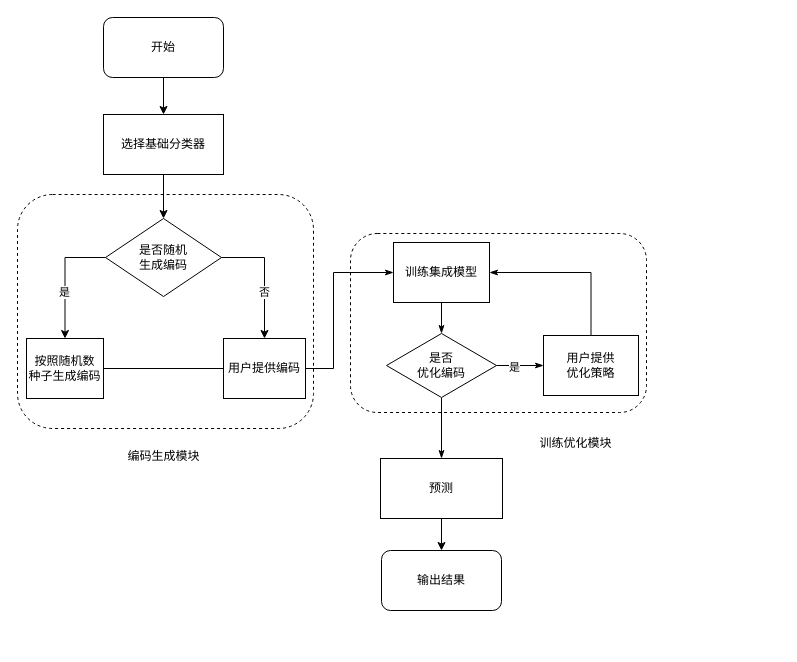
This is page "第 5 页" (5 of 6) of Untitled Diagram.drawio from htliang25/picture, a draw.io file, before an edit. Source tidied: cells renumbered, new cells numbered last; positions are measured from the earlier drawing's top-left corner, leaving out a move shared by most shapes. Both pictures are drawn from the tidied source at 100%, with x=0, y=0 at pixel (17, 17).
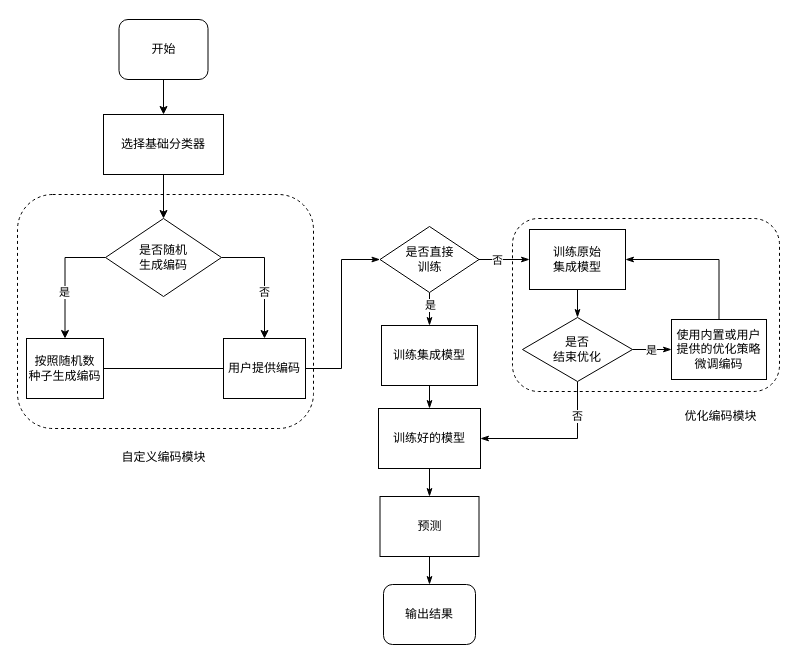
Above is the later version.

Unchanged cells that the change refers to:
```xml
<mxCell id="14" value="按照随机数&lt;br&gt;种子生成编码" style="rounded=0;whiteSpace=wrap;html=1;" parent="1" vertex="1">
  <mxGeometry x="9" y="321" width="77" height="60" as="geometry" />
</mxCell>
```

The edit, as a diff of the source:
```diff
@@
     <mxCell id="2" style="rounded=1;whiteSpace=wrap;html=1;fillColor=none;dashed=1;" parent="1" vertex="1">
-      <mxGeometry x="333" y="216" width="296" height="179" as="geometry" />
+      <mxGeometry x="495" y="201" width="267" height="173" as="geometry" />
     </mxCell>
@@
     <mxCell id="5" value="开始" style="rounded=1;whiteSpace=wrap;html=1;" parent="1" vertex="1">
-      <mxGeometry x="86" width="120" height="60" as="geometry" />
+      <mxGeometry x="101.5" y="2" width="89" height="60" as="geometry" />
     </mxCell>
@@
-    <mxCell id="13" style="edgeStyle=orthogonalEdgeStyle;rounded=0;jettySize=auto;html=1;exitX=1;exitY=0.5;exitDx=0;exitDy=0;entryX=0;entryY=0.5;entryDx=0;entryDy=0;endArrow=classicThin;endFill=1;" parent="1" edge="1" source="14" target="17">
-      <mxGeometry relative="1" as="geometry">
-        <Array as="points">
-          <mxPoint x="316" y="351" />
-          <mxPoint x="316" y="255" />
-        </Array>
-      </mxGeometry>
-    </mxCell>
+    <mxCell id="29" style="edgeStyle=orthogonalEdgeStyle;rounded=0;jettySize=auto;html=1;exitX=1;exitY=0.5;exitDx=0;exitDy=0;entryX=0;entryY=0.5;entryDx=0;entryDy=0;endArrow=classicThin;endFill=1;" parent="1" edge="1" source="14" target="43">
+      <mxGeometry relative="1" as="geometry">
+        <Array as="points">
+          <mxPoint x="324" y="351" />
+          <mxPoint x="324" y="242" />
+        </Array>
+      </mxGeometry>
+    </mxCell>
@@
-    <mxCell id="16" style="edgeStyle=orthogonalEdgeStyle;rounded=0;jettySize=auto;html=1;exitX=0.5;exitY=1;exitDx=0;exitDy=0;entryX=0.5;entryY=0;entryDx=0;entryDy=0;endArrow=classicThin;endFill=1;" parent="1" edge="1" source="17" target="24">
-      <mxGeometry relative="1" as="geometry" />
-    </mxCell>
+    <mxCell id="30" style="edgeStyle=orthogonalEdgeStyle;rounded=0;jettySize=auto;html=1;exitX=0.5;exitY=1;exitDx=0;exitDy=0;entryX=0.5;entryY=0;entryDx=0;entryDy=0;endArrow=classicThin;endFill=1;" parent="1" edge="1" source="17" target="36">
+      <mxGeometry relative="1" as="geometry" />
+    </mxCell>
     <mxCell id="17" value="训练集成模型" style="rounded=0;whiteSpace=wrap;html=1;" parent="1" vertex="1">
-      <mxGeometry x="376" y="225" width="96" height="60" as="geometry" />
+      <mxGeometry x="364" y="308" width="96" height="60" as="geometry" />
     </mxCell>
-    <mxCell id="18" style="edgeStyle=orthogonalEdgeStyle;rounded=0;jettySize=auto;html=1;exitX=0.5;exitY=1;exitDx=0;exitDy=0;" parent="1" edge="1" source="19" target="20">
+    <mxCell id="18" style="edgeStyle=orthogonalEdgeStyle;rounded=0;jettySize=auto;html=1;exitX=0.5;exitY=1;exitDx=0;exitDy=0;entryX=0.5;entryY=0;entryDx=0;entryDy=0;endArrow=classicThin;endFill=1;" parent="1" edge="1" source="19" target="20">
       <mxGeometry relative="1" as="geometry" />
     </mxCell>
     <mxCell id="19" value="预测" style="rounded=0;whiteSpace=wrap;html=1;" parent="1" vertex="1">
-      <mxGeometry x="363" y="441" width="122" height="60" as="geometry" />
+      <mxGeometry x="362.5" y="479" width="99" height="60" as="geometry" />
     </mxCell>
     <mxCell id="20" value="输出结果" style="rounded=1;whiteSpace=wrap;html=1;" parent="1" vertex="1">
-      <mxGeometry x="364" y="533" width="120" height="60" as="geometry" />
+      <mxGeometry x="366" y="567" width="92" height="60" as="geometry" />
     </mxCell>
+    <mxCell id="31" style="edgeStyle=orthogonalEdgeStyle;rounded=0;jettySize=auto;html=1;exitX=0.5;exitY=1;exitDx=0;exitDy=0;entryX=1;entryY=0.5;entryDx=0;entryDy=0;endArrow=classicThin;endFill=1;" parent="1" edge="1" source="24" target="36">
+      <mxGeometry relative="1" as="geometry" />
+    </mxCell>
+    <mxCell id="32" value="否" style="edgeLabel;html=1;align=center;verticalAlign=middle;" parent="31" vertex="1">
+      <mxGeometry x="-0.37" y="-1" relative="1" as="geometry">
+        <mxPoint y="-15" as="offset" />
+      </mxGeometry>
+    </mxCell>
-    <mxCell id="21" style="edgeStyle=orthogonalEdgeStyle;rounded=0;jettySize=auto;html=1;exitX=1;exitY=0.5;exitDx=0;exitDy=0;endArrow=classicThin;endFill=1;" parent="1" edge="1" source="24" target="27">
-      <mxGeometry relative="1" as="geometry">
-        <Array as="points">
-          <mxPoint x="498" y="348" />
-          <mxPoint x="498" y="348" />
-        </Array>
-      </mxGeometry>
+    <mxCell id="21" style="edgeStyle=orthogonalEdgeStyle;rounded=0;jettySize=auto;html=1;exitX=1;exitY=0.5;exitDx=0;exitDy=0;entryX=0;entryY=0.5;entryDx=0;entryDy=0;endArrow=classicThin;endFill=1;" parent="1" edge="1" source="24" target="27">
+      <mxGeometry relative="1" as="geometry" />
     </mxCell>
-    <mxCell id="22" value="是" style="edgeLabel;html=1;align=center;verticalAlign=middle;" parent="21" vertex="1">
-      <mxGeometry x="-0.28" y="-1" relative="1" as="geometry" />
-    </mxCell>
-    <mxCell id="23" style="edgeStyle=orthogonalEdgeStyle;rounded=0;jettySize=auto;html=1;exitX=0.5;exitY=1;exitDx=0;exitDy=0;entryX=0.5;entryY=0;entryDx=0;entryDy=0;endArrow=classicThin;endFill=1;" parent="1" edge="1" source="24" target="19">
-      <mxGeometry relative="1" as="geometry" />
-    </mxCell>
+    <mxCell id="33" value="是" style="edgeLabel;html=1;align=center;verticalAlign=middle;" parent="21" vertex="1">
+      <mxGeometry x="0.21" relative="1" as="geometry">
+        <mxPoint x="-6" as="offset" />
+      </mxGeometry>
+    </mxCell>
-    <mxCell id="24" value="是否&lt;br&gt;优化编码" style="rhombus;whiteSpace=wrap;html=1;" parent="1" vertex="1">
-      <mxGeometry x="369" y="316" width="110" height="64" as="geometry" />
+    <mxCell id="24" value="是否&lt;br&gt;结束优化" style="rhombus;whiteSpace=wrap;html=1;" parent="1" vertex="1">
+      <mxGeometry x="505" y="300" width="110" height="64" as="geometry" />
     </mxCell>
-    <mxCell id="25" value="编码生成模块" style="text;html=1;strokeColor=none;fillColor=none;align=center;verticalAlign=middle;whiteSpace=wrap;rounded=0;dashed=1;labelBackgroundColor=none;" parent="1" vertex="1">
-      <mxGeometry x="103.5" y="424" width="85" height="30" as="geometry" />
+    <mxCell id="25" value="自定义编码模块" style="text;html=1;strokeColor=none;fillColor=none;align=center;verticalAlign=middle;whiteSpace=wrap;rounded=0;dashed=1;labelBackgroundColor=none;" parent="1" vertex="1">
+      <mxGeometry x="98.8" y="425" width="94.5" height="30" as="geometry" />
     </mxCell>
-    <mxCell id="26" style="edgeStyle=orthogonalEdgeStyle;rounded=0;jettySize=auto;html=1;exitX=0.5;exitY=0;exitDx=0;exitDy=0;entryX=1;entryY=0.5;entryDx=0;entryDy=0;endArrow=classicThin;endFill=1;" parent="1" edge="1" source="27" target="17">
-      <mxGeometry relative="1" as="geometry" />
-    </mxCell>
+    <mxCell id="34" style="edgeStyle=orthogonalEdgeStyle;rounded=0;jettySize=auto;html=1;exitX=0.5;exitY=0;exitDx=0;exitDy=0;entryX=1;entryY=0.5;entryDx=0;entryDy=0;endArrow=classicThin;endFill=1;" parent="1" edge="1" source="27" target="38">
+      <mxGeometry relative="1" as="geometry" />
+    </mxCell>
-    <mxCell id="27" value="用户提供&lt;br&gt;优化策略" style="rounded=0;whiteSpace=wrap;html=1;" parent="1" vertex="1">
-      <mxGeometry x="526" y="318" width="95" height="60" as="geometry" />
+    <mxCell id="27" value="使用内置或用户提供的优化策略&lt;br&gt;微调编码" style="rounded=0;whiteSpace=wrap;html=1;" parent="1" vertex="1">
+      <mxGeometry x="654" y="302" width="95" height="60" as="geometry" />
     </mxCell>
-    <mxCell id="28" value="训练优化模块" style="text;html=1;strokeColor=none;fillColor=none;align=center;verticalAlign=middle;whiteSpace=wrap;rounded=0;dashed=1;labelBackgroundColor=none;" parent="1" vertex="1">
-      <mxGeometry x="516" y="411" width="85" height="30" as="geometry" />
+    <mxCell id="28" value="优化编码模块" style="text;html=1;strokeColor=none;fillColor=none;align=center;verticalAlign=middle;whiteSpace=wrap;rounded=0;dashed=1;labelBackgroundColor=none;" parent="1" vertex="1">
+      <mxGeometry x="661" y="384" width="85" height="30" as="geometry" />
     </mxCell>
+    <mxCell id="35" style="edgeStyle=orthogonalEdgeStyle;rounded=0;jettySize=auto;html=1;exitX=0.5;exitY=1;exitDx=0;exitDy=0;entryX=0.5;entryY=0;entryDx=0;entryDy=0;endArrow=classicThin;endFill=1;" parent="1" edge="1" source="36" target="19">
+      <mxGeometry relative="1" as="geometry" />
+    </mxCell>
+    <mxCell id="36" value="训练好的模型" style="rounded=0;whiteSpace=wrap;html=1;" parent="1" vertex="1">
+      <mxGeometry x="361" y="391" width="102" height="60" as="geometry" />
+    </mxCell>
+    <mxCell id="37" style="edgeStyle=orthogonalEdgeStyle;rounded=0;jettySize=auto;html=1;exitX=0.5;exitY=1;exitDx=0;exitDy=0;entryX=0.5;entryY=0;entryDx=0;entryDy=0;endArrow=classicThin;endFill=1;" parent="1" edge="1" source="38" target="24">
+      <mxGeometry relative="1" as="geometry" />
+    </mxCell>
+    <mxCell id="38" value="训练原始&lt;br&gt;集成模型" style="rounded=0;whiteSpace=wrap;html=1;" parent="1" vertex="1">
+      <mxGeometry x="512" y="212" width="96" height="60" as="geometry" />
+    </mxCell>
+    <mxCell id="39" style="edgeStyle=orthogonalEdgeStyle;rounded=0;jettySize=auto;html=1;exitX=0.5;exitY=1;exitDx=0;exitDy=0;entryX=0.5;entryY=0;entryDx=0;entryDy=0;endArrow=classicThin;endFill=1;" parent="1" edge="1" source="43" target="17">
+      <mxGeometry relative="1" as="geometry" />
+    </mxCell>
+    <mxCell id="40" value="是" style="edgeLabel;html=1;align=center;verticalAlign=middle;" parent="39" vertex="1">
+      <mxGeometry x="-0.28" relative="1" as="geometry" />
+    </mxCell>
+    <mxCell id="41" style="edgeStyle=orthogonalEdgeStyle;rounded=0;jettySize=auto;html=1;exitX=1;exitY=0.5;exitDx=0;exitDy=0;entryX=0;entryY=0.5;entryDx=0;entryDy=0;endArrow=classicThin;endFill=1;" parent="1" edge="1" source="43" target="38">
+      <mxGeometry relative="1" as="geometry" />
+    </mxCell>
+    <mxCell id="42" value="否" style="edgeLabel;html=1;align=center;verticalAlign=middle;" parent="41" vertex="1">
+      <mxGeometry x="-0.28" relative="1" as="geometry" />
+    </mxCell>
+    <mxCell id="43" value="是否直接&lt;br&gt;训练" style="rhombus;whiteSpace=wrap;html=1;" parent="1" vertex="1">
+      <mxGeometry x="362.5" y="209" width="99" height="66" as="geometry" />
+    </mxCell>
```
